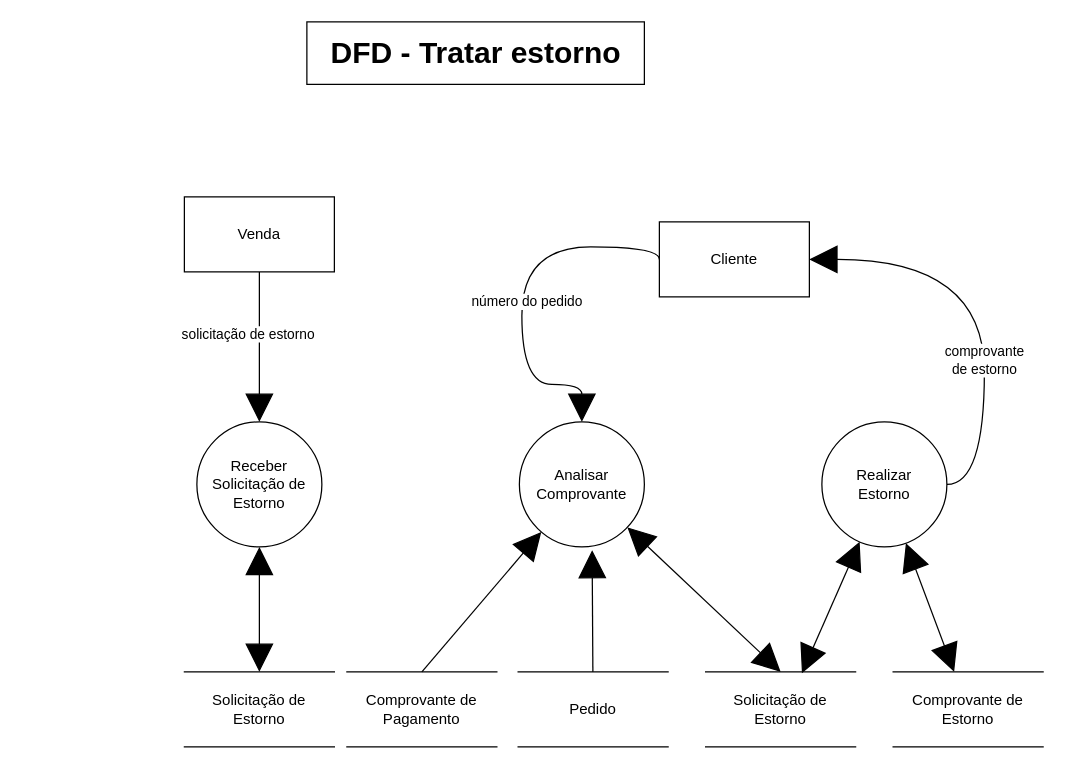
Earlier version of the draw.io diagram Documentation/DFD Essencial para cada Capacidade/DFD Tratar Estorno.drawio (Systematicos/FindingApp). Source tidied: cells renumbered, new cells numbered last; positions are measured from the earlier drawing's top-left corner, leaving out a move shared by most shapes. Both pictures are drawn from the tidied source at 125%, with x=0, y=0 at pixel (184, 21).
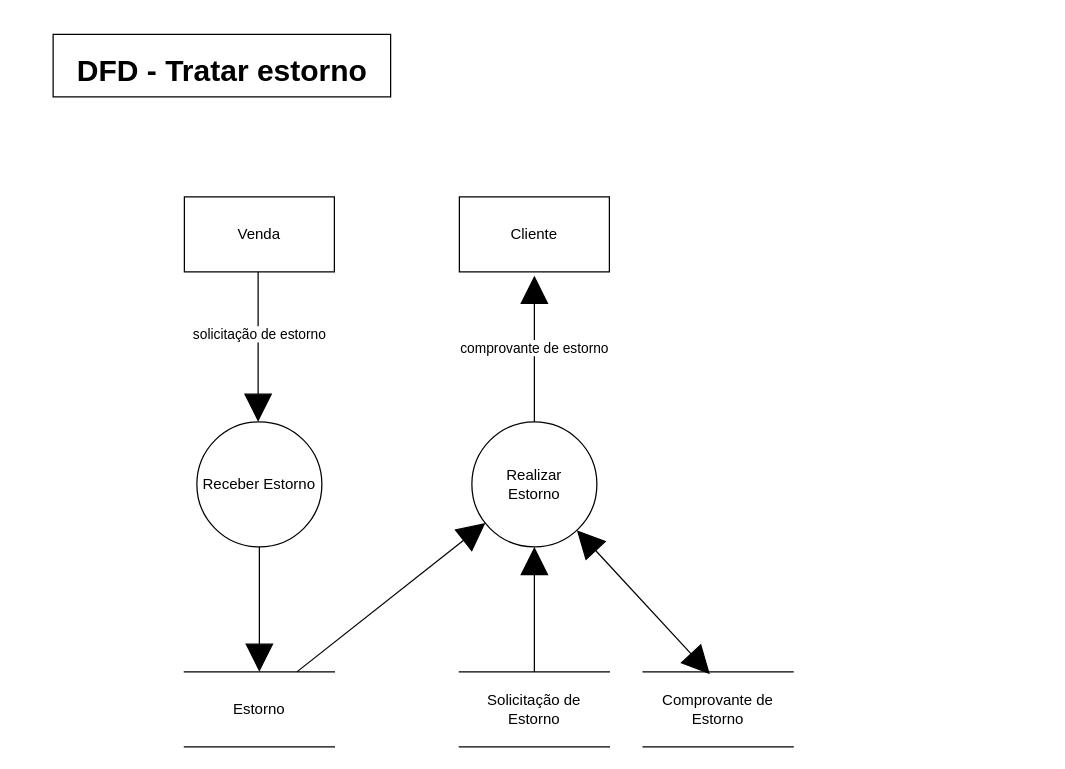
Above is the later version.

Unchanged cells that the change refers to:
```xml
<mxCell id="25" value="Venda" style="rounded=0;whiteSpace=wrap;html=1;" parent="1" vertex="1">
  <mxGeometry y="140" width="120" height="60" as="geometry" />
</mxCell>
```

The edit, as a diff of the source:
```diff
@@
     <mxCell id="2" style="rounded=0;whiteSpace=wrap;html=1;" parent="1" vertex="1">
-      <mxGeometry x="98" width="270" height="50" as="geometry" />
+      <mxGeometry x="-105" y="10" width="270" height="50" as="geometry" />
     </mxCell>
     <mxCell id="3" value="DFD - Tratar estorno" style="text;strokeColor=none;fillColor=none;html=1;fontSize=24;fontStyle=1;verticalAlign=middle;align=center;" parent="1" vertex="1">
-      <mxGeometry x="73" y="5" width="320" height="40" as="geometry" />
+      <mxGeometry x="-130" y="20" width="320" height="40" as="geometry" />
     </mxCell>
-    <mxCell id="4" style="rounded=0;jettySize=auto;html=1;entryX=0.5;entryY=0;entryDx=0;entryDy=0;startArrow=block;startFill=1;startSize=20;endArrow=none;endFill=0;endSize=20;" parent="1" edge="1" source="6" target="7">
-      <mxGeometry relative="1" as="geometry" />
-    </mxCell>
-    <mxCell id="5" style="edgeStyle=none;rounded=0;jettySize=auto;html=1;entryX=0.5;entryY=0;entryDx=0;entryDy=0;startArrow=block;startFill=1;startSize=20;endArrow=block;endFill=1;endSize=20;" parent="1" edge="1" source="6" target="11">
-      <mxGeometry relative="1" as="geometry" />
-    </mxCell>
-    <mxCell id="6" value="Analisar Comprovante" style="ellipse;whiteSpace=wrap;html=1;" parent="1" vertex="1">
-      <mxGeometry x="268" y="320" width="100" height="100" as="geometry" />
-    </mxCell>
-    <mxCell id="7" value="Comprovante de Pagamento" style="shape=partialRectangle;whiteSpace=wrap;html=1;left=0;right=0;fillColor=none;" parent="1" vertex="1">
-      <mxGeometry x="130" y="520" width="120" height="60" as="geometry" />
-    </mxCell>
-    <mxCell id="8" style="edgeStyle=orthogonalEdgeStyle;rounded=0;jettySize=auto;html=1;exitX=0;exitY=0.5;exitDx=0;exitDy=0;entryX=0.5;entryY=0;entryDx=0;entryDy=0;startArrow=none;startFill=0;startSize=20;endArrow=block;endFill=1;endSize=20;curved=1;" parent="1" edge="1" source="10" target="6">
-      <mxGeometry relative="1" as="geometry">
-        <Array as="points">
-          <mxPoint x="380" y="180" />
-          <mxPoint x="270" y="180" />
-          <mxPoint x="270" y="290" />
-          <mxPoint x="318" y="290" />
-        </Array>
-      </mxGeometry>
-    </mxCell>
-    <mxCell id="9" value="número do pedido" style="edgeLabel;html=1;align=center;verticalAlign=middle;" parent="8" vertex="1">
-      <mxGeometry x="0.06" y="3" relative="1" as="geometry" />
-    </mxCell>
     <mxCell id="10" value="Cliente" style="rounded=0;whiteSpace=wrap;html=1;" parent="1" vertex="1">
-      <mxGeometry x="380" y="160" width="120" height="60" as="geometry" />
+      <mxGeometry x="220" y="140" width="120" height="60" as="geometry" />
     </mxCell>
     <mxCell id="11" value="Solicitação de Estorno" style="shape=partialRectangle;whiteSpace=wrap;html=1;left=0;right=0;fillColor=none;" parent="1" vertex="1">
-      <mxGeometry x="417" y="520" width="120" height="60" as="geometry" />
+      <mxGeometry x="220" y="520" width="120" height="60" as="geometry" />
     </mxCell>
-    <mxCell id="12" style="edgeStyle=none;rounded=0;jettySize=auto;html=1;entryX=0.582;entryY=1.026;entryDx=0;entryDy=0;entryPerimeter=0;startArrow=none;startFill=0;startSize=20;endArrow=block;endFill=1;endSize=20;" parent="1" edge="1" source="13" target="6">
-      <mxGeometry relative="1" as="geometry" />
-    </mxCell>
-    <mxCell id="13" value="Pedido" style="shape=partialRectangle;whiteSpace=wrap;html=1;left=0;right=0;fillColor=none;" parent="1" vertex="1">
-      <mxGeometry x="267" y="520" width="120" height="60" as="geometry" />
-    </mxCell>
-    <mxCell id="14" style="edgeStyle=none;rounded=0;jettySize=auto;html=1;entryX=0.642;entryY=0.017;entryDx=0;entryDy=0;entryPerimeter=0;startArrow=block;startFill=1;startSize=20;endArrow=block;endFill=1;endSize=20;" parent="1" edge="1" source="18" target="11">
+    <mxCell id="14" style="edgeStyle=none;rounded=0;jettySize=auto;html=1;entryX=0.5;entryY=0;entryDx=0;entryDy=0;startArrow=block;startFill=1;startSize=20;endArrow=none;endFill=0;endSize=20;" parent="1" edge="1" source="18" target="11">
       <mxGeometry relative="1" as="geometry" />
     </mxCell>
-    <mxCell id="15" style="edgeStyle=orthogonalEdgeStyle;rounded=0;jettySize=auto;html=1;startArrow=none;startFill=0;startSize=20;endArrow=block;endFill=1;endSize=20;exitX=1;exitY=0.5;exitDx=0;exitDy=0;entryX=1;entryY=0.5;entryDx=0;entryDy=0;curved=1;" parent="1" edge="1" source="18" target="10">
-      <mxGeometry relative="1" as="geometry">
-        <Array as="points">
-          <mxPoint x="640" y="370" />
-          <mxPoint x="640" y="190" />
-        </Array>
-      </mxGeometry>
-    </mxCell>
+    <mxCell id="17" style="edgeStyle=none;rounded=0;jettySize=auto;html=1;startArrow=block;startFill=1;startSize=20;endArrow=none;endFill=0;endSize=20;entryX=0.75;entryY=0;entryDx=0;entryDy=0;" parent="1" edge="1" source="18" target="22">
+      <mxGeometry relative="1" as="geometry" />
+    </mxCell>
-    <mxCell id="16" value="comprovante&lt;br&gt;de estorno" style="edgeLabel;html=1;align=center;verticalAlign=middle;" parent="15" vertex="1">
-      <mxGeometry x="-0.21" y="1" relative="1" as="geometry">
-        <mxPoint y="8.8" as="offset" />
+    <mxCell id="16" value="comprovante de estorno" style="edgeStyle=orthogonalEdgeStyle;rounded=0;jettySize=auto;html=1;startArrow=none;startFill=0;endArrow=block;endFill=1;endSize=20;" parent="1" edge="1" source="18">
+      <mxGeometry relative="1" as="geometry">
+        <mxPoint x="280" y="203" as="targetPoint" />
+        <Array as="points">
+          <mxPoint x="280" y="203" />
+        </Array>
       </mxGeometry>
     </mxCell>
-    <mxCell id="17" style="edgeStyle=none;rounded=0;jettySize=auto;html=1;startArrow=block;startFill=1;startSize=20;endArrow=block;endFill=1;endSize=20;" parent="1" edge="1" source="18" target="19">
-      <mxGeometry relative="1" as="geometry" />
-    </mxCell>
+    <mxCell id="26" style="rounded=0;jettySize=auto;html=1;entryX=0.445;entryY=0.03;entryDx=0;entryDy=0;entryPerimeter=0;startArrow=block;startFill=1;endArrow=block;endFill=1;endSize=20;startSize=20;" parent="1" edge="1" source="18" target="19">
+      <mxGeometry relative="1" as="geometry" />
+    </mxCell>
     <mxCell id="18" value="Realizar&lt;br&gt;Estorno" style="ellipse;whiteSpace=wrap;html=1;" parent="1" vertex="1">
-      <mxGeometry x="510" y="320" width="100" height="100" as="geometry" />
+      <mxGeometry x="230" y="320" width="100" height="100" as="geometry" />
     </mxCell>
-    <mxCell id="19" value="Comprovante de Estorno" style="shape=partialRectangle;whiteSpace=wrap;html=1;left=0;right=0;fillColor=none;" parent="1" vertex="1">
-      <mxGeometry x="567" y="520" width="120" height="60" as="geometry" />
-    </mxCell>
-    <mxCell id="20" style="rounded=0;jettySize=auto;html=1;exitX=0.5;exitY=1;exitDx=0;exitDy=0;startArrow=block;startFill=1;endArrow=block;endFill=1;endSize=20;startSize=20;" parent="1" edge="1" source="21" target="22">
+    <mxCell id="20" style="rounded=0;jettySize=auto;html=1;exitX=0.5;exitY=1;exitDx=0;exitDy=0;startArrow=none;startFill=0;endArrow=block;endFill=1;endSize=20;startSize=20;" parent="1" edge="1" source="21" target="22">
       <mxGeometry relative="1" as="geometry" />
     </mxCell>
-    <mxCell id="21" value="&lt;span style=&quot;background-color: rgb(255 , 255 , 255)&quot;&gt;&lt;font style=&quot;font-size: 12px&quot;&gt;Receber Solicitação de Estorno&lt;/font&gt;&lt;/span&gt;" style="ellipse;whiteSpace=wrap;html=1;" parent="1" vertex="1">
+    <mxCell id="21" value="&lt;span style=&quot;background-color: rgb(255 , 255 , 255)&quot;&gt;&lt;font style=&quot;font-size: 12px&quot;&gt;Receber Estorno&lt;/font&gt;&lt;/span&gt;" style="ellipse;whiteSpace=wrap;html=1;" parent="1" vertex="1">
       <mxGeometry x="10" y="320" width="100" height="100" as="geometry" />
     </mxCell>
-    <mxCell id="22" value="Solicitação de Estorno" style="shape=partialRectangle;whiteSpace=wrap;html=1;left=0;right=0;fillColor=none;" parent="1" vertex="1">
+    <mxCell id="22" value="Estorno" style="shape=partialRectangle;whiteSpace=wrap;html=1;left=0;right=0;fillColor=none;" parent="1" vertex="1">
       <mxGeometry y="520" width="120" height="60" as="geometry" />
     </mxCell>
-    <mxCell id="23" style="edgeStyle=none;rounded=0;jettySize=auto;html=1;exitX=0.5;exitY=1;exitDx=0;exitDy=0;entryX=0.5;entryY=0;entryDx=0;entryDy=0;startArrow=none;startFill=0;startSize=20;endArrow=block;endFill=1;endSize=20;" parent="1" edge="1" source="25" target="21">
-      <mxGeometry relative="1" as="geometry" />
+    <mxCell id="23" style="edgeStyle=none;rounded=0;orthogonalLoop=1;jettySize=auto;html=1;exitX=0.5;exitY=1;exitDx=0;exitDy=0;entryX=0.5;entryY=0;entryDx=0;entryDy=0;startArrow=none;startFill=0;startSize=20;endArrow=block;endFill=1;endSize=20;" parent="1" edge="1">
+      <mxGeometry relative="1" as="geometry">
+        <mxPoint x="59" y="200" as="sourcePoint" />
+        <mxPoint x="59" y="320" as="targetPoint" />
+      </mxGeometry>
     </mxCell>
     <mxCell id="24" value="solicitação de estorno" style="edgeLabel;html=1;align=center;verticalAlign=middle;" parent="23" vertex="1">
       <mxGeometry x="-0.21" y="3" relative="1" as="geometry">
-        <mxPoint x="-13" y="2.9" as="offset" />
+        <mxPoint x="-3" y="2.9" as="offset" />
       </mxGeometry>
     </mxCell>
@@
+    <mxCell id="19" value="Comprovante de Estorno" style="shape=partialRectangle;whiteSpace=wrap;html=1;left=0;right=0;fillColor=none;" parent="1" vertex="1">
+      <mxGeometry x="367" y="520" width="120" height="60" as="geometry" />
+    </mxCell>
```
